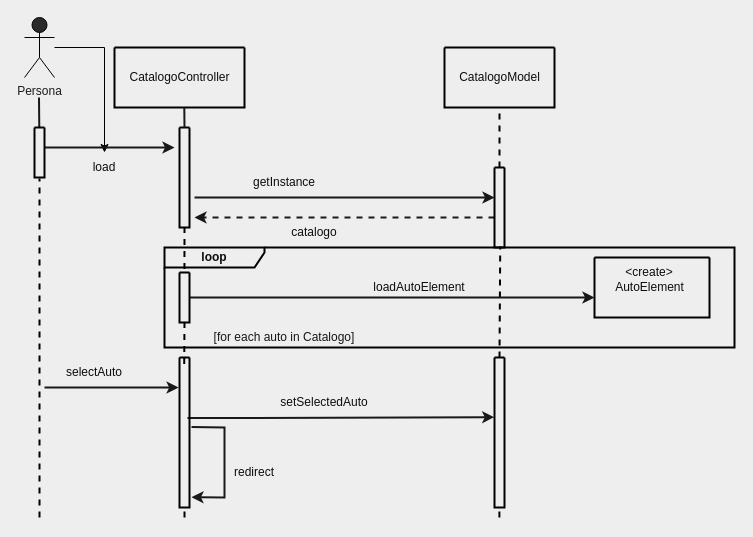
Earlier version of the draw.io diagram doc/catalogoSeq.drawio (446f6e6e79/ConfiguratoreAuto). Source tidied: cells renumbered, new cells numbered last; positions are measured from the earlier drawing's top-left corner, leaving out a move shared by most shapes. Both pictures are drawn from the tidied source at 100%, with x=0, y=0 at pixel (24, 17).
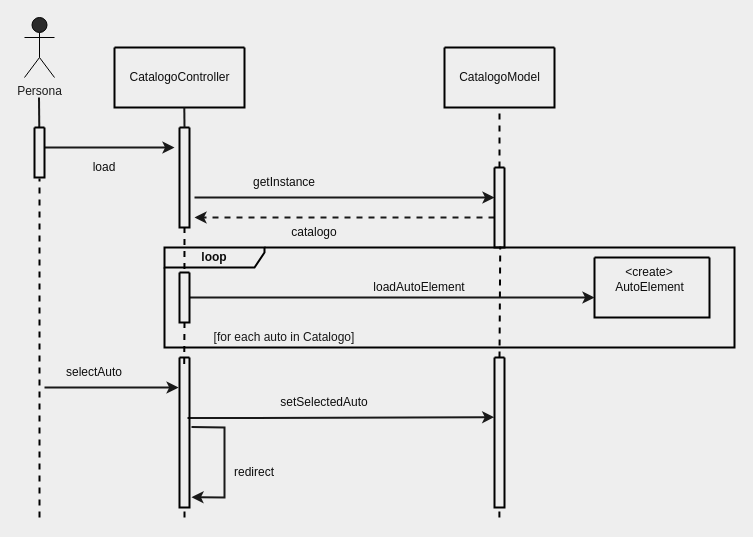
The same diagram, later.

The change refers to these unchanged cells:
```xml
<mxCell id="3" value="Persona" style="shape=umlActor;verticalLabelPosition=bottom;verticalAlign=top;html=1;outlineConnect=0;fillColor=#2A2A2A;strokeColor=#000000;fontColor=#1C1C1C;" parent="1" vertex="1">
  <mxGeometry width="30" height="60" as="geometry" />
</mxCell>
<mxCell id="15" value="load" style="text;html=1;strokeColor=none;fillColor=none;align=center;verticalAlign=middle;whiteSpace=wrap;rounded=0;labelBackgroundColor=none;strokeWidth=2;fontColor=#0D0D0D;" parent="1" vertex="1">
  <mxGeometry x="50" y="135" width="60" height="30" as="geometry" />
</mxCell>
```

What changed in the source:
```diff
@@
-    <mxCell id="2" style="edgeStyle=orthogonalEdgeStyle;rounded=0;jettySize=auto;html=1;" parent="1" edge="1" source="3" target="15">
-      <mxGeometry relative="1" as="geometry" />
-    </mxCell>
```
